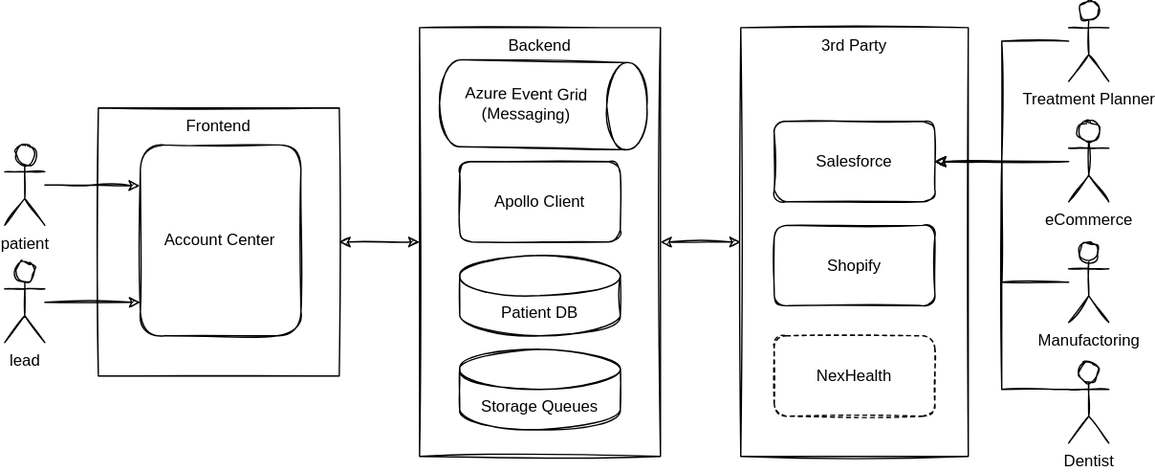
resema/cheatsheets keeps this draw.io diagram as diags/byte+/cv-byte+.drawio.svg. Above is the earlier version. Source tidied: cells renumbered, new cells last; positions are measured from the earlier drawing's top-left corner, leaving out a move shared by most shapes.
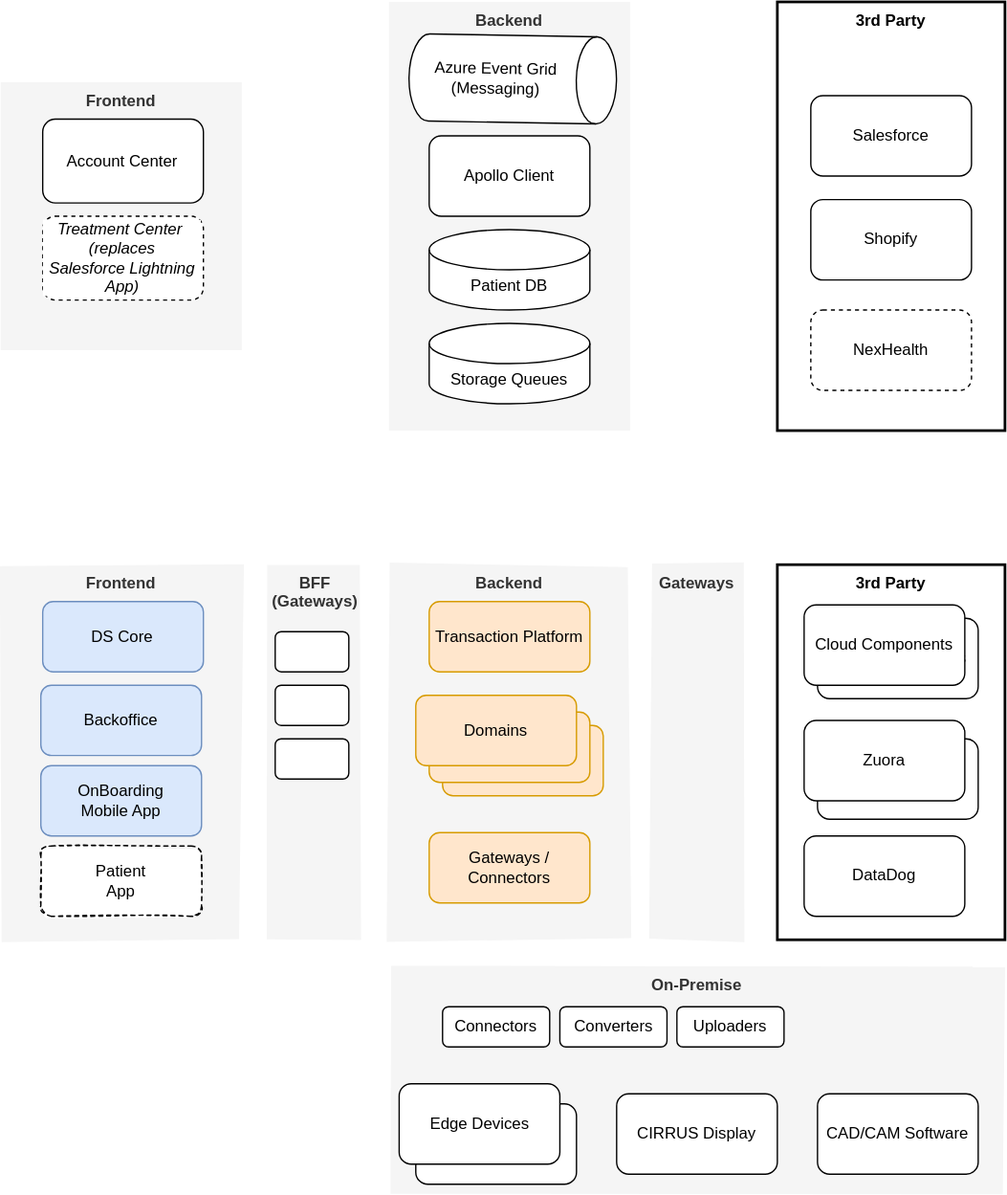
The same diagram one commit later.

What changed in the source:
```diff
@@ -2,90 +2,131 @@
   <root>
     <mxCell id="0" />
     <mxCell id="1" parent="0" />
+    <mxCell id="27" value="Backend" style="rounded=0;whiteSpace=wrap;html=1;labelBackgroundColor=none;sketch=1;fontColor=#333333;verticalAlign=top;fillColor=#f5f5f5;strokeColor=none;fillStyle=solid;fontStyle=1;strokeWidth=1;" parent="1" vertex="1">
+      <mxGeometry x="-40" y="620" width="180" height="280" as="geometry" />
+    </mxCell>
+    <mxCell id="28" value="Domains" style="rounded=1;whiteSpace=wrap;html=1;labelBackgroundColor=none;sketch=0;fillColor=#ffe6cc;strokeColor=#d79b00;fontStyle=0;strokeWidth=1;" parent="1" vertex="1">
+      <mxGeometry y="740" width="120" height="52.5" as="geometry" />
+    </mxCell>
+    <mxCell id="29" style="rounded=1;whiteSpace=wrap;html=1;labelBackgroundColor=none;sketch=0;fillColor=#ffe6cc;strokeColor=#d79b00;strokeWidth=1;" parent="1" vertex="1">
+      <mxGeometry x="-10" y="730" width="120" height="52.5" as="geometry" />
+    </mxCell>
-    <mxCell id="2" value="Frontend" style="rounded=0;whiteSpace=wrap;html=1;labelBackgroundColor=#FFFFFF;sketch=1;fontColor=none;labelPosition=center;verticalLabelPosition=middle;align=center;verticalAlign=top;" parent="1" vertex="1">
-      <mxGeometry x="70" y="80" width="180" height="200" as="geometry" />
+    <mxCell id="2" value="Frontend" style="rounded=0;whiteSpace=wrap;html=1;labelBackgroundColor=none;sketch=0;labelPosition=center;verticalLabelPosition=middle;align=center;verticalAlign=top;fillColor=#f5f5f5;strokeColor=none;fillStyle=solid;fontColor=#333333;fontStyle=1;strokeWidth=1;" parent="1" vertex="1">
+      <mxGeometry x="-330" y="259.9" width="180" height="200" as="geometry" />
     </mxCell>
-    <mxCell id="3" value="Account Center" style="rounded=1;whiteSpace=wrap;html=1;labelBackgroundColor=#FFFFFF;sketch=1;fontColor=none;" parent="1" vertex="1">
-      <mxGeometry x="101.4" y="107.5" width="120" height="142.5" as="geometry" />
+    <mxCell id="3" value="Account Center" style="rounded=1;whiteSpace=wrap;html=1;labelBackgroundColor=#FFFFFF;sketch=0;fontColor=none;strokeWidth=1;" parent="1" vertex="1">
+      <mxGeometry x="-298.6" y="287.5" width="120" height="62.5" as="geometry" />
     </mxCell>
-    <mxCell id="4" style="edgeStyle=none;rounded=0;sketch=1;jettySize=auto;html=1;entryX=0;entryY=0.5;entryDx=0;entryDy=0;fontColor=none;startArrow=classic;startFill=1;" parent="1" edge="1" source="5" target="7">
-      <mxGeometry relative="1" as="geometry" />
-    </mxCell>
-    <mxCell id="5" value="Backend" style="rounded=0;whiteSpace=wrap;html=1;labelBackgroundColor=#FFFFFF;sketch=1;fontColor=none;verticalAlign=top;" parent="1" vertex="1">
-      <mxGeometry x="310" y="20" width="180" height="320" as="geometry" />
+    <mxCell id="5" value="Backend" style="rounded=0;whiteSpace=wrap;html=1;labelBackgroundColor=none;sketch=0;fontColor=#333333;verticalAlign=top;fillColor=#f5f5f5;strokeColor=none;fillStyle=solid;fontStyle=1;strokeWidth=1;" parent="1" vertex="1">
+      <mxGeometry x="-40" y="199.9" width="180" height="320" as="geometry" />
     </mxCell>
-    <mxCell id="6" value="Apollo Client" style="rounded=1;whiteSpace=wrap;html=1;labelBackgroundColor=#FFFFFF;sketch=1;fontColor=none;" parent="1" vertex="1">
-      <mxGeometry x="340" y="120" width="120" height="60" as="geometry" />
+    <mxCell id="6" value="Apollo Client" style="rounded=1;whiteSpace=wrap;html=1;labelBackgroundColor=#FFFFFF;sketch=0;fontColor=none;strokeWidth=1;" parent="1" vertex="1">
+      <mxGeometry x="-10" y="299.9" width="120" height="60" as="geometry" />
     </mxCell>
-    <mxCell id="7" value="3rd Party" style="rounded=0;whiteSpace=wrap;html=1;labelBackgroundColor=#FFFFFF;sketch=1;fontColor=none;verticalAlign=top;" parent="1" vertex="1">
-      <mxGeometry x="550" y="20" width="170" height="320" as="geometry" />
+    <mxCell id="7" value="3rd Party" style="rounded=0;whiteSpace=wrap;html=1;labelBackgroundColor=#FFFFFF;sketch=0;fontColor=none;verticalAlign=top;fontStyle=1;strokeWidth=2;" parent="1" vertex="1">
+      <mxGeometry x="250" y="199.9" width="170" height="320" as="geometry" />
     </mxCell>
-    <mxCell id="8" value="Salesforce" style="rounded=1;whiteSpace=wrap;html=1;labelBackgroundColor=#FFFFFF;sketch=1;fontColor=none;" parent="1" vertex="1">
-      <mxGeometry x="575" y="90" width="120" height="60" as="geometry" />
+    <mxCell id="8" value="Salesforce" style="rounded=1;whiteSpace=wrap;html=1;labelBackgroundColor=#FFFFFF;sketch=0;fontColor=none;strokeWidth=1;" parent="1" vertex="1">
+      <mxGeometry x="275" y="269.9" width="120" height="60" as="geometry" />
     </mxCell>
-    <mxCell id="9" value="NexHealth" style="rounded=1;whiteSpace=wrap;html=1;labelBackgroundColor=#FFFFFF;sketch=1;fontColor=none;dashed=1;" parent="1" vertex="1">
-      <mxGeometry x="575" y="250" width="120" height="60" as="geometry" />
+    <mxCell id="9" value="NexHealth" style="rounded=1;whiteSpace=wrap;html=1;labelBackgroundColor=#FFFFFF;sketch=0;fontColor=none;dashed=1;strokeWidth=1;" parent="1" vertex="1">
+      <mxGeometry x="275" y="429.9" width="120" height="60" as="geometry" />
     </mxCell>
-    <mxCell id="10" value="Shopify" style="rounded=1;whiteSpace=wrap;html=1;labelBackgroundColor=#FFFFFF;sketch=1;fontColor=none;" parent="1" vertex="1">
-      <mxGeometry x="575" y="167.5" width="120" height="60" as="geometry" />
+    <mxCell id="10" value="Shopify" style="rounded=1;whiteSpace=wrap;html=1;labelBackgroundColor=#FFFFFF;sketch=0;fontColor=none;strokeWidth=1;" parent="1" vertex="1">
+      <mxGeometry x="275" y="347.5" width="120" height="60" as="geometry" />
     </mxCell>
-    <mxCell id="11" value="Patient DB" style="shape=cylinder3;whiteSpace=wrap;html=1;boundedLbl=1;backgroundOutline=1;size=15;labelBackgroundColor=#FFFFFF;sketch=1;fontColor=none;" parent="1" vertex="1">
-      <mxGeometry x="340" y="190" width="120" height="60" as="geometry" />
+    <mxCell id="11" value="Patient DB" style="shape=cylinder3;whiteSpace=wrap;html=1;boundedLbl=1;backgroundOutline=1;size=15;labelBackgroundColor=#FFFFFF;sketch=0;fontColor=none;strokeWidth=1;" parent="1" vertex="1">
+      <mxGeometry x="-10" y="369.9" width="120" height="60" as="geometry" />
     </mxCell>
-    <mxCell id="12" style="rounded=0;sketch=1;jettySize=auto;html=1;entryX=0;entryY=0.5;entryDx=0;entryDy=0;fontColor=none;startArrow=classic;startFill=1;" parent="1" edge="1" source="2" target="5">
-      <mxGeometry relative="1" as="geometry" />
-    </mxCell>
-    <mxCell id="13" value="Storage Queues" style="shape=cylinder3;whiteSpace=wrap;html=1;boundedLbl=1;backgroundOutline=1;size=15;labelBackgroundColor=#FFFFFF;sketch=1;fontColor=none;" parent="1" vertex="1">
-      <mxGeometry x="340" y="260" width="120" height="60" as="geometry" />
+    <mxCell id="13" value="Storage Queues" style="shape=cylinder3;whiteSpace=wrap;html=1;boundedLbl=1;backgroundOutline=1;size=15;labelBackgroundColor=#FFFFFF;sketch=0;fontColor=none;strokeWidth=1;" parent="1" vertex="1">
+      <mxGeometry x="-10" y="439.9" width="120" height="60" as="geometry" />
     </mxCell>
-    <mxCell id="14" value="Azure Event Grid&lt;br&gt;(Messaging)" style="shape=cylinder3;whiteSpace=wrap;html=1;boundedLbl=1;backgroundOutline=1;size=15;labelBackgroundColor=#FFFFFF;sketch=1;fontColor=none;rotation=91;horizontal=0;" parent="1" vertex="1">
-      <mxGeometry x="369.9" y="0.1" width="65" height="154.9" as="geometry" />
+    <mxCell id="14" value="Azure Event Grid&lt;br&gt;(Messaging)" style="shape=cylinder3;whiteSpace=wrap;html=1;boundedLbl=1;backgroundOutline=1;size=15;labelBackgroundColor=#FFFFFF;sketch=0;fontColor=none;rotation=91;horizontal=0;strokeWidth=1;" parent="1" vertex="1">
+      <mxGeometry x="19.9" y="180" width="65" height="154.9" as="geometry" />
     </mxCell>
-    <mxCell id="15" style="edgeStyle=orthogonalEdgeStyle;rounded=0;sketch=1;jettySize=auto;html=1;fontColor=none;startArrow=none;startFill=0;" parent="1" edge="1" source="16">
-      <mxGeometry relative="1" as="geometry">
-        <mxPoint x="101" y="138" as="targetPoint" />
-      </mxGeometry>
-    </mxCell>
-    <mxCell id="16" value="patient" style="shape=umlActor;verticalLabelPosition=bottom;verticalAlign=top;html=1;outlineConnect=0;rounded=0;labelBackgroundColor=#FFFFFF;sketch=1;fontColor=none;" parent="1" vertex="1">
-      <mxGeometry y="107.5" width="30" height="60" as="geometry" />
-    </mxCell>
-    <mxCell id="17" style="edgeStyle=orthogonalEdgeStyle;rounded=0;sketch=1;jettySize=auto;html=1;entryX=0;entryY=0.75;entryDx=0;entryDy=0;fontColor=none;startArrow=none;startFill=0;" parent="1" edge="1" source="18">
-      <mxGeometry relative="1" as="geometry">
-        <mxPoint x="101.4" y="225" as="targetPoint" />
-      </mxGeometry>
-    </mxCell>
-    <mxCell id="18" value="lead" style="shape=umlActor;verticalLabelPosition=bottom;verticalAlign=top;html=1;outlineConnect=0;rounded=0;labelBackgroundColor=#FFFFFF;sketch=1;fontColor=none;" parent="1" vertex="1">
-      <mxGeometry y="195" width="30" height="60" as="geometry" />
-    </mxCell>
-    <mxCell id="19" style="edgeStyle=orthogonalEdgeStyle;rounded=0;sketch=1;jettySize=auto;html=1;entryX=1;entryY=0.5;entryDx=0;entryDy=0;fontColor=none;startArrow=none;startFill=0;" parent="1" edge="1" source="20" target="8">
-      <mxGeometry relative="1" as="geometry" />
-    </mxCell>
-    <mxCell id="20" value="Treatment Planner" style="shape=umlActor;verticalLabelPosition=bottom;verticalAlign=top;html=1;outlineConnect=0;rounded=0;labelBackgroundColor=#FFFFFF;sketch=1;fontColor=none;" parent="1" vertex="1">
-      <mxGeometry x="795" y="0.1" width="30" height="60" as="geometry" />
-    </mxCell>
-    <mxCell id="21" style="edgeStyle=orthogonalEdgeStyle;rounded=0;sketch=1;jettySize=auto;html=1;fontColor=none;startArrow=none;startFill=0;" parent="1" edge="1" source="22">
-      <mxGeometry relative="1" as="geometry">
-        <mxPoint x="695" y="120" as="targetPoint" />
-        <Array as="points">
-          <mxPoint x="745" y="290" />
-          <mxPoint x="745" y="120" />
-        </Array>
-      </mxGeometry>
-    </mxCell>
-    <mxCell id="22" value="Dentist" style="shape=umlActor;verticalLabelPosition=bottom;verticalAlign=top;html=1;outlineConnect=0;rounded=0;labelBackgroundColor=#FFFFFF;sketch=1;fontColor=none;" parent="1" vertex="1">
-      <mxGeometry x="795" y="270" width="30" height="60" as="geometry" />
-    </mxCell>
-    <mxCell id="23" style="edgeStyle=orthogonalEdgeStyle;rounded=0;sketch=1;jettySize=auto;html=1;entryX=1;entryY=0.5;entryDx=0;entryDy=0;fontColor=none;startArrow=none;startFill=0;" parent="1" edge="1" source="24" target="8">
-      <mxGeometry relative="1" as="geometry" />
-    </mxCell>
-    <mxCell id="24" value="eCommerce" style="shape=umlActor;verticalLabelPosition=bottom;verticalAlign=top;html=1;outlineConnect=0;rounded=0;labelBackgroundColor=#FFFFFF;sketch=1;fontColor=none;" parent="1" vertex="1">
-      <mxGeometry x="795" y="90" width="30" height="60" as="geometry" />
-    </mxCell>
-    <mxCell id="25" style="edgeStyle=orthogonalEdgeStyle;rounded=0;sketch=1;jettySize=auto;html=1;entryX=1;entryY=0.5;entryDx=0;entryDy=0;fontColor=none;startArrow=none;startFill=0;" parent="1" edge="1" source="26" target="8">
-      <mxGeometry relative="1" as="geometry" />
-    </mxCell>
-    <mxCell id="26" value="Manufactoring" style="shape=umlActor;verticalLabelPosition=bottom;verticalAlign=top;html=1;outlineConnect=0;rounded=0;labelBackgroundColor=#FFFFFF;sketch=1;fontColor=none;" parent="1" vertex="1">
-      <mxGeometry x="795" y="180" width="30" height="60" as="geometry" />
-    </mxCell>
+    <mxCell id="30" value="Frontend" style="rounded=0;whiteSpace=wrap;html=1;labelBackgroundColor=none;sketch=1;labelPosition=center;verticalLabelPosition=middle;align=center;verticalAlign=top;fillColor=#f5f5f5;strokeColor=none;fillStyle=solid;fontColor=#333333;fontStyle=1;" parent="1" vertex="1">
+      <mxGeometry x="-330" y="620" width="180" height="280" as="geometry" />
+    </mxCell>
+    <mxCell id="31" value="DS Core" style="rounded=1;whiteSpace=wrap;html=1;labelBackgroundColor=none;sketch=0;fillColor=#dae8fc;strokeColor=#6c8ebf;" parent="1" vertex="1">
+      <mxGeometry x="-298.6" y="647.5" width="120" height="52.5" as="geometry" />
+    </mxCell>
+    <mxCell id="32" value="Backoffice" style="rounded=1;whiteSpace=wrap;html=1;labelBackgroundColor=none;sketch=0;fillColor=#dae8fc;strokeColor=#6c8ebf;" parent="1" vertex="1">
+      <mxGeometry x="-300" y="710" width="120" height="52.5" as="geometry" />
+    </mxCell>
+    <mxCell id="33" value="OnBoarding&lt;br&gt;Mobile App" style="rounded=1;whiteSpace=wrap;html=1;labelBackgroundColor=none;sketch=0;fillColor=#dae8fc;strokeColor=#6c8ebf;" parent="1" vertex="1">
+      <mxGeometry x="-300" y="770" width="120" height="52.5" as="geometry" />
+    </mxCell>
+    <mxCell id="34" value="Patient&lt;br&gt;App" style="rounded=1;whiteSpace=wrap;html=1;labelBackgroundColor=#FFFFFF;sketch=1;fontColor=none;dashed=1;" parent="1" vertex="1">
+      <mxGeometry x="-300" y="830" width="120" height="52.5" as="geometry" />
+    </mxCell>
+    <mxCell id="35" value="BFF (Gateways)" style="rounded=0;whiteSpace=wrap;html=1;labelBackgroundColor=none;sketch=1;labelPosition=center;verticalLabelPosition=middle;align=center;verticalAlign=top;fillColor=#f5f5f5;strokeColor=none;fillStyle=solid;fontColor=#333333;fontStyle=1;" parent="1" vertex="1">
+      <mxGeometry x="-130" y="620" width="70" height="280" as="geometry" />
+    </mxCell>
+    <mxCell id="36" value="Transaction Platform" style="rounded=1;whiteSpace=wrap;html=1;labelBackgroundColor=none;sketch=0;fillColor=#ffe6cc;strokeColor=#d79b00;strokeWidth=1;" parent="1" vertex="1">
+      <mxGeometry x="-10" y="647.5" width="120" height="52.5" as="geometry" />
+    </mxCell>
+    <mxCell id="37" value="Domains" style="rounded=1;whiteSpace=wrap;html=1;labelBackgroundColor=none;sketch=0;fillColor=#ffe6cc;strokeColor=#d79b00;strokeWidth=1;" parent="1" vertex="1">
+      <mxGeometry x="-20" y="717.5" width="120" height="52.5" as="geometry" />
+    </mxCell>
+    <mxCell id="38" value="Gateways / Connectors" style="rounded=1;whiteSpace=wrap;html=1;labelBackgroundColor=none;sketch=0;fillColor=#ffe6cc;strokeColor=#d79b00;strokeWidth=1;" parent="1" vertex="1">
+      <mxGeometry x="-10" y="820" width="120" height="52.5" as="geometry" />
+    </mxCell>
+    <mxCell id="39" value="3rd Party" style="rounded=0;whiteSpace=wrap;html=1;labelBackgroundColor=#FFFFFF;sketch=0;fontColor=none;verticalAlign=top;fontStyle=1;strokeWidth=2;" parent="1" vertex="1">
+      <mxGeometry x="250" y="620" width="170" height="280" as="geometry" />
+    </mxCell>
+    <mxCell id="40" value="Cloud Components" style="rounded=1;whiteSpace=wrap;html=1;labelBackgroundColor=none;sketch=0;fillStyle=solid;strokeWidth=1;fillColor=default;" parent="1" vertex="1">
+      <mxGeometry x="280" y="660" width="120" height="60" as="geometry" />
+    </mxCell>
+    <mxCell id="41" value="Cloud Components" style="rounded=1;whiteSpace=wrap;html=1;labelBackgroundColor=none;sketch=0;fillStyle=solid;strokeWidth=1;fillColor=default;" parent="1" vertex="1">
+      <mxGeometry x="270" y="650" width="120" height="60" as="geometry" />
+    </mxCell>
+    <mxCell id="42" value="CRM" style="rounded=1;whiteSpace=wrap;html=1;labelBackgroundColor=none;sketch=0;fillStyle=solid;strokeWidth=1;fillColor=default;" parent="1" vertex="1">
+      <mxGeometry x="280" y="750" width="120" height="60" as="geometry" />
+    </mxCell>
+    <mxCell id="43" value="Zuora" style="rounded=1;whiteSpace=wrap;html=1;labelBackgroundColor=none;sketch=0;fillStyle=solid;strokeWidth=1;fillColor=default;" parent="1" vertex="1">
+      <mxGeometry x="270" y="736.2" width="120" height="60" as="geometry" />
+    </mxCell>
+    <mxCell id="44" value="DataDog" style="rounded=1;whiteSpace=wrap;html=1;labelBackgroundColor=none;sketch=0;fillStyle=solid;strokeWidth=1;fillColor=default;" parent="1" vertex="1">
+      <mxGeometry x="270" y="822.5" width="120" height="60" as="geometry" />
+    </mxCell>
+    <mxCell id="45" value="On-Premise" style="rounded=0;whiteSpace=wrap;html=1;labelBackgroundColor=none;sketch=1;fontColor=#333333;verticalAlign=top;fillColor=#f5f5f5;strokeColor=none;fillStyle=solid;fontStyle=1;strokeWidth=1;" parent="1" vertex="1">
+      <mxGeometry x="-40" y="920" width="460" height="170" as="geometry" />
+    </mxCell>
+    <mxCell id="46" value="IOT" style="rounded=1;whiteSpace=wrap;html=1;labelBackgroundColor=none;sketch=0;fillStyle=solid;strokeWidth=1;fillColor=default;" parent="1" vertex="1">
+      <mxGeometry x="-20" y="1022.5" width="120" height="60" as="geometry" />
+    </mxCell>
+    <mxCell id="47" value="Edge Devices" style="rounded=1;whiteSpace=wrap;html=1;labelBackgroundColor=none;sketch=0;fillStyle=solid;strokeWidth=1;fillColor=default;" parent="1" vertex="1">
+      <mxGeometry x="-32.4" y="1007.5" width="120" height="60" as="geometry" />
+    </mxCell>
+    <mxCell id="48" value="CIRRUS Display" style="rounded=1;whiteSpace=wrap;html=1;labelBackgroundColor=none;sketch=0;fillStyle=solid;strokeWidth=1;fillColor=default;" parent="1" vertex="1">
+      <mxGeometry x="130" y="1015" width="120" height="60" as="geometry" />
+    </mxCell>
+    <mxCell id="49" value="CAD/CAM Software" style="rounded=1;whiteSpace=wrap;html=1;labelBackgroundColor=none;sketch=0;fillStyle=solid;strokeWidth=1;fillColor=default;" parent="1" vertex="1">
+      <mxGeometry x="280" y="1015" width="120" height="60" as="geometry" />
+    </mxCell>
+    <mxCell id="50" value="Gateways" style="rounded=0;whiteSpace=wrap;html=1;labelBackgroundColor=none;sketch=1;labelPosition=center;verticalLabelPosition=middle;align=center;verticalAlign=top;fillColor=#f5f5f5;strokeColor=none;fillStyle=solid;fontColor=#333333;fontStyle=1;strokeWidth=1;" parent="1" vertex="1">
+      <mxGeometry x="155" y="620" width="70" height="280" as="geometry" />
+    </mxCell>
+    <mxCell id="51" style="rounded=1;whiteSpace=wrap;html=1;labelBackgroundColor=none;sketch=0;fillStyle=solid;strokeWidth=1;fillColor=default;" parent="1" vertex="1">
+      <mxGeometry x="-125" y="670" width="55" height="30" as="geometry" />
+    </mxCell>
+    <mxCell id="52" style="rounded=1;whiteSpace=wrap;html=1;labelBackgroundColor=none;sketch=0;fillStyle=solid;strokeWidth=1;fillColor=default;" parent="1" vertex="1">
+      <mxGeometry x="-125" y="710" width="55" height="30" as="geometry" />
+    </mxCell>
+    <mxCell id="53" style="rounded=1;whiteSpace=wrap;html=1;labelBackgroundColor=none;sketch=0;fillStyle=solid;strokeWidth=1;fillColor=default;" parent="1" vertex="1">
+      <mxGeometry x="-125" y="750" width="55" height="30" as="geometry" />
+    </mxCell>
+    <mxCell id="54" value="Connectors" style="rounded=1;whiteSpace=wrap;html=1;labelBackgroundColor=none;sketch=0;fillStyle=solid;strokeWidth=1;fillColor=default;" parent="1" vertex="1">
+      <mxGeometry y="950" width="80" height="30" as="geometry" />
+    </mxCell>
+    <mxCell id="55" value="Converters" style="rounded=1;whiteSpace=wrap;html=1;labelBackgroundColor=none;sketch=0;fillStyle=solid;strokeWidth=1;fillColor=default;" parent="1" vertex="1">
+      <mxGeometry x="87.6" y="950" width="80" height="30" as="geometry" />
+    </mxCell>
+    <mxCell id="56" value="Uploaders" style="rounded=1;whiteSpace=wrap;html=1;labelBackgroundColor=none;sketch=0;fillStyle=solid;strokeWidth=1;fillColor=default;" parent="1" vertex="1">
+      <mxGeometry x="175" y="950" width="80" height="30" as="geometry" />
+    </mxCell>
+    <mxCell id="57" value="&lt;i&gt;Treatment Center&amp;nbsp;&lt;br&gt;(replaces &lt;br&gt;Salesforce Lightning App)&lt;br&gt;&lt;/i&gt;" style="rounded=1;whiteSpace=wrap;html=1;labelBackgroundColor=#FFFFFF;sketch=0;fontColor=none;dashed=1;strokeWidth=1;" parent="1" vertex="1">
+      <mxGeometry x="-298.6" y="359.9" width="120" height="62.5" as="geometry" />
+    </mxCell>
   </root>
 </mxGraphModel>
```
